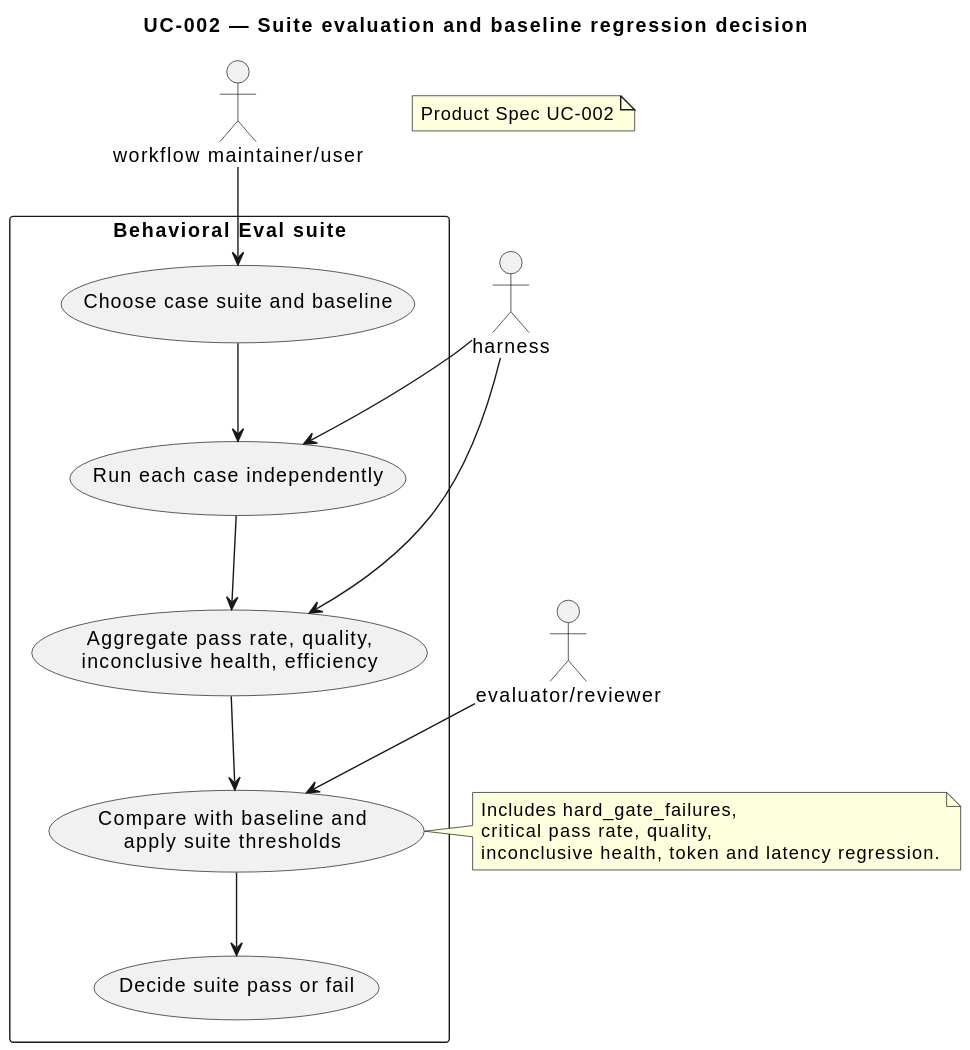
Above: docs/specs/496/diagrams/product/UC-002.usecase.svg in omegafrog/harness-codex (PlantUML), before the change. Its diagram source:
```plantuml
@startuml
title UC-002 — Suite evaluation and baseline regression decision
note as N
Product Spec UC-002
end note
actor "workflow maintainer/user" as Maintainer
actor harness as Harness
actor "evaluator/reviewer" as Evaluator
rectangle "Behavioral Eval suite" {
  usecase "Choose case suite and baseline" as Choose
  usecase "Run each case independently" as Run
  usecase "Aggregate pass rate, quality,\ninconclusive health, efficiency" as Aggregate
  usecase "Compare with baseline and\napply suite thresholds" as Decide
  usecase "Decide suite pass or fail" as Result
}
Maintainer --> Choose
Choose --> Run
Harness --> Run
Run --> Aggregate
Harness --> Aggregate
Aggregate --> Decide
Evaluator --> Decide
Decide --> Result
note right of Decide
Includes hard_gate_failures,
critical pass rate, quality,
inconclusive health, token and latency regression.
end note
@enduml
```
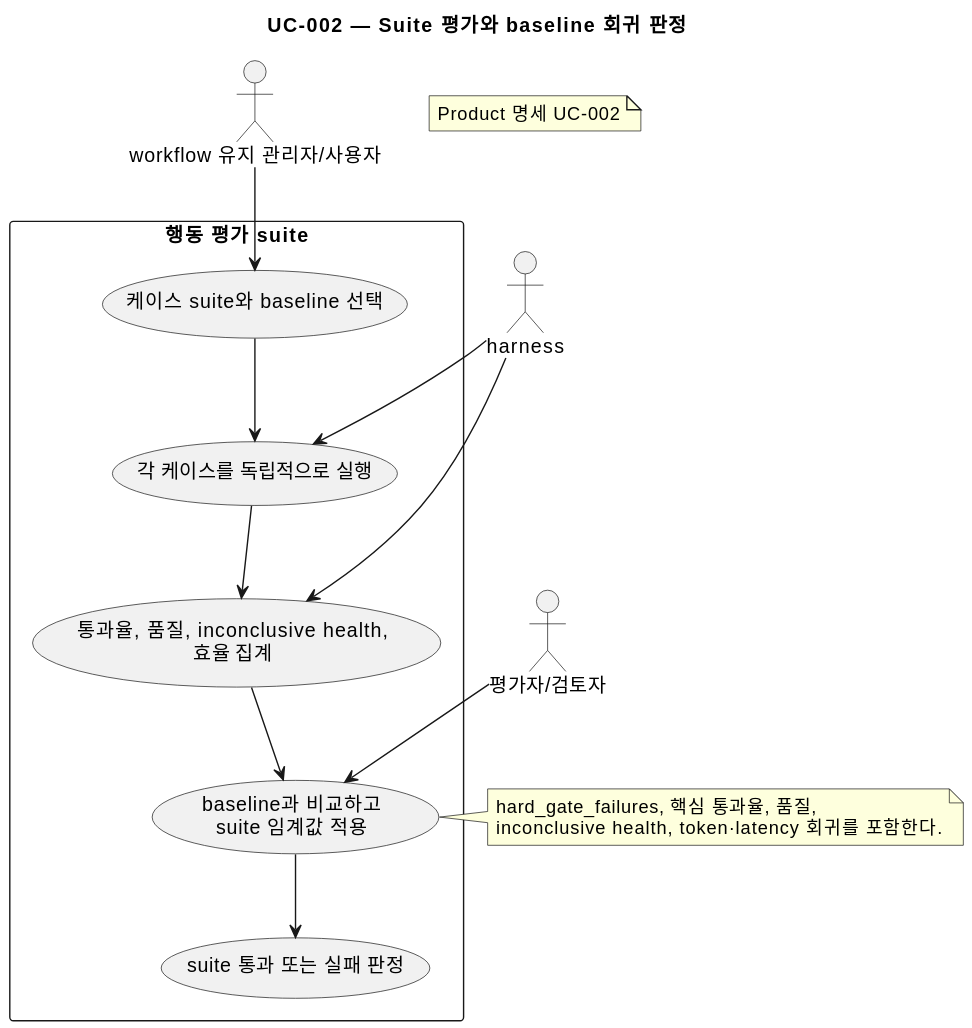
Later version of the same file.

The edit, as a diff of the source:
```diff
@@ -1,17 +1,17 @@
 @startuml
-title UC-002 — Suite evaluation and baseline regression decision
+title UC-002 — Suite 평가와 baseline 회귀 판정
 note as N
-Product Spec UC-002
+Product 명세 UC-002
 end note
-actor "workflow maintainer/user" as Maintainer
+actor "workflow 유지 관리자/사용자" as Maintainer
 actor harness as Harness
-actor "evaluator/reviewer" as Evaluator
-rectangle "Behavioral Eval suite" {
-  usecase "Choose case suite and baseline" as Choose
-  usecase "Run each case independently" as Run
-  usecase "Aggregate pass rate, quality,\ninconclusive health, efficiency" as Aggregate
-  usecase "Compare with baseline and\napply suite thresholds" as Decide
-  usecase "Decide suite pass or fail" as Result
+actor "평가자/검토자" as Evaluator
+rectangle "행동 평가 suite" {
+  usecase "케이스 suite와 baseline 선택" as Choose
+  usecase "각 케이스를 독립적으로 실행" as Run
+  usecase "통과율, 품질, inconclusive health,\n효율 집계" as Aggregate
+  usecase "baseline과 비교하고\nsuite 임계값 적용" as Decide
+  usecase "suite 통과 또는 실패 판정" as Result
 }
 Maintainer --> Choose
 Choose --> Run
@@ -22,8 +22,7 @@
 Evaluator --> Decide
 Decide --> Result
 note right of Decide
-Includes hard_gate_failures,
-critical pass rate, quality,
-inconclusive health, token and latency regression.
+hard_gate_failures, 핵심 통과율, 품질,
+inconclusive health, token·latency 회귀를 포함한다.
 end note
 @enduml
```
